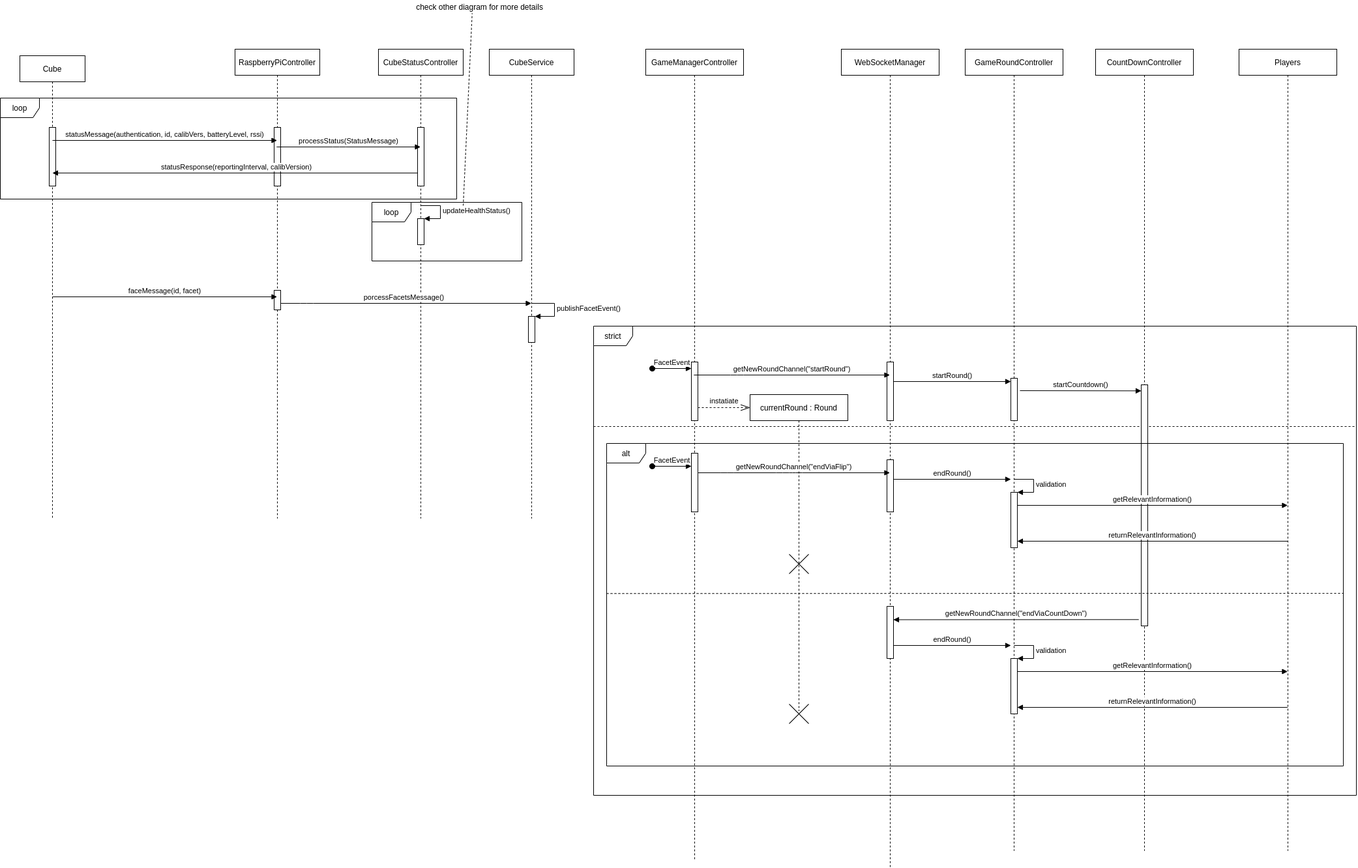
The draw.io diagram documents/software-concept/diagrams/Spielrunde.png in b-ertel/TimeGuess-Game, before a commit. Source tidied: cells renumbered, new cells last; positions are measured from the earlier drawing's top-left corner, leaving out a move shared by most shapes.
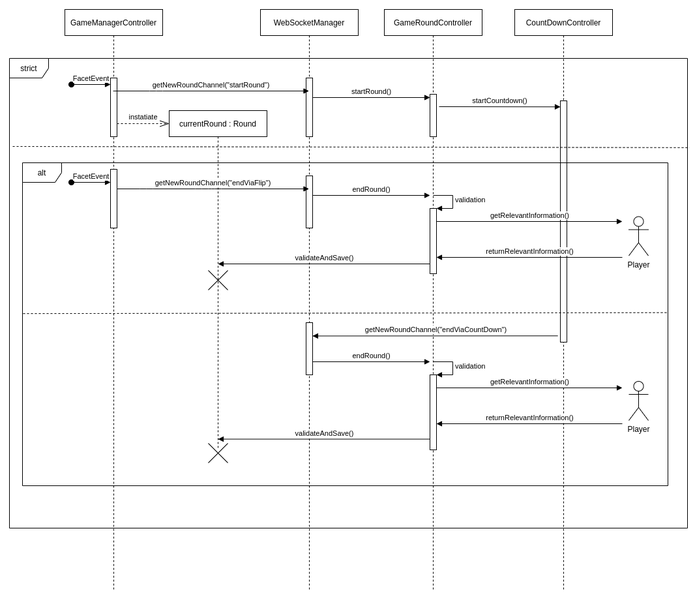
Later version of the same file.

Commit message:
combined cubeStatus and Spielrunde into CubeCommunication

Diff of the diagram source:
```diff
@@ -2,66 +2,15 @@
   <root>
     <mxCell id="0" />
     <mxCell id="1" parent="0" />
-    <mxCell id="2" value="Cube" style="shape=umlLifeline;perimeter=lifelinePerimeter;whiteSpace=wrap;html=1;" parent="1" vertex="1">
-      <mxGeometry x="30" y="85" width="100" height="710" as="geometry" />
-    </mxCell>
-    <mxCell id="3" value="RaspberryPiController" style="shape=umlLifeline;perimeter=lifelinePerimeter;whiteSpace=wrap;html=1;outlineConnect=0;" parent="1" vertex="1">
-      <mxGeometry x="360" y="75" width="130" height="720" as="geometry" />
-    </mxCell>
-    <mxCell id="4" value="CubeStatusController" style="shape=umlLifeline;perimeter=lifelinePerimeter;whiteSpace=wrap;html=1;outlineConnect=0;" parent="1" vertex="1">
-      <mxGeometry x="580" y="75" width="130" height="720" as="geometry" />
-    </mxCell>
-    <mxCell id="5" style="html=1;points=[];perimeter=orthogonalPerimeter;" parent="1" vertex="1">
-      <mxGeometry x="640" y="335" width="10" height="40" as="geometry" />
-    </mxCell>
-    <mxCell id="6" value="updateHealthStatus()" style="edgeStyle=orthogonalEdgeStyle;html=1;align=left;spacingLeft=2;endArrow=block;rounded=0;entryX=1;entryY=0;" parent="1" edge="1" target="5">
-      <mxGeometry relative="1" as="geometry">
-        <mxPoint x="645" y="315" as="sourcePoint" />
-        <Array as="points">
-          <mxPoint x="675" y="315" />
-        </Array>
-      </mxGeometry>
-    </mxCell>
-    <mxCell id="7" value="CubeService" style="shape=umlLifeline;perimeter=lifelinePerimeter;whiteSpace=wrap;html=1;outlineConnect=0;" parent="1" vertex="1">
-      <mxGeometry x="750" y="75" width="130" height="720" as="geometry" />
-    </mxCell>
-    <mxCell id="8" value="porcessFacetsMessage()" style="html=1;verticalAlign=bottom;endArrow=block;" parent="1" edge="1" source="3" target="7">
-      <mxGeometry relative="1" as="geometry">
-        <Array as="points">
-          <mxPoint x="470" y="465" />
-        </Array>
-      </mxGeometry>
-    </mxCell>
     <mxCell id="9" value="GameManagerController" style="shape=umlLifeline;perimeter=lifelinePerimeter;whiteSpace=wrap;html=1;outlineConnect=0;" parent="1" vertex="1">
-      <mxGeometry x="990" y="75" width="150" height="1245" as="geometry" />
+      <mxGeometry x="990" y="450" width="150" height="890" as="geometry" />
     </mxCell>
     <mxCell id="10" value="WebSocketManager" style="shape=umlLifeline;perimeter=lifelinePerimeter;whiteSpace=wrap;html=1;outlineConnect=0;" parent="1" vertex="1">
-      <mxGeometry x="1290" y="75" width="150" height="1255" as="geometry" />
+      <mxGeometry x="1290" y="450" width="150" height="890" as="geometry" />
     </mxCell>
-    <mxCell id="11" style="html=1;points=[];perimeter=orthogonalPerimeter;" parent="1" vertex="1">
-      <mxGeometry x="810" y="485" width="10" height="40" as="geometry" />
-    </mxCell>
-    <mxCell id="12" value="publishFacetEvent()" style="edgeStyle=orthogonalEdgeStyle;html=1;align=left;spacingLeft=2;endArrow=block;rounded=0;entryX=1;entryY=0;" parent="1" edge="1" target="11">
-      <mxGeometry relative="1" as="geometry">
-        <mxPoint x="815" y="465" as="sourcePoint" />
-        <Array as="points">
-          <mxPoint x="850" y="465" />
-          <mxPoint x="850" y="485" />
-        </Array>
-      </mxGeometry>
-    </mxCell>
     <mxCell id="13" value="GameRoundController" style="shape=umlLifeline;perimeter=lifelinePerimeter;whiteSpace=wrap;html=1;" parent="1" vertex="1">
-      <mxGeometry x="1480" y="75" width="150" height="1230" as="geometry" />
+      <mxGeometry x="1480" y="450" width="150" height="890" as="geometry" />
     </mxCell>
-    <mxCell id="14" style="endArrow=none;dashed=1;html=1;entryX=0.494;entryY=1.25;entryDx=0;entryDy=0;entryPerimeter=0;" parent="1" edge="1">
-      <mxGeometry relative="1" as="geometry">
-        <mxPoint x="710" y="315" as="sourcePoint" />
-        <mxPoint x="723.7" y="20" as="targetPoint" />
-      </mxGeometry>
-    </mxCell>
-    <mxCell id="15" value="check other diagram for more details" style="text;html=1;align=center;verticalAlign=middle;strokeColor=none;" parent="1" vertex="1">
-      <mxGeometry x="630" width="210" height="20" as="geometry" />
-    </mxCell>
     <mxCell id="16" value="instatiate" style="endArrow=openThin;dashed=1;endFill=0;endSize=12;html=1;" parent="1" edge="1">
       <mxGeometry y="10" relative="1" as="geometry">
         <mxPoint x="1070" y="625" as="sourcePoint" />
@@ -69,7 +18,7 @@
       </mxGeometry>
     </mxCell>
     <mxCell id="17" value="currentRound : Round" style="shape=umlLifeline;perimeter=lifelinePerimeter;whiteSpace=wrap;html=1;" parent="1" vertex="1">
-      <mxGeometry x="1150" y="605" width="150" height="485" as="geometry" />
+      <mxGeometry x="1150" y="605" width="150" height="520" as="geometry" />
     </mxCell>
     <mxCell id="18" style="shape=umlDestroy;" parent="1" vertex="1">
       <mxGeometry x="1210" y="850" width="30" height="30" as="geometry" />
@@ -81,7 +30,7 @@
       </mxGeometry>
     </mxCell>
     <mxCell id="20" value="strict" style="shape=umlFrame;whiteSpace=wrap;html=1;" parent="1" vertex="1">
-      <mxGeometry x="910" y="500" width="1170" height="720" as="geometry" />
+      <mxGeometry x="905" y="525" width="1040" height="720" as="geometry" />
     </mxCell>
     <mxCell id="21" value="FacetEvent" style="html=1;verticalAlign=bottom;startArrow=oval;startFill=1;endArrow=block;startSize=8;" parent="1" edge="1">
       <mxGeometry relative="1" as="geometry">
@@ -102,7 +51,7 @@
       </mxGeometry>
     </mxCell>
     <mxCell id="24" style="html=1;points=[];perimeter=orthogonalPerimeter;" parent="1" vertex="1">
-      <mxGeometry x="1550" y="755" width="10" height="85" as="geometry" />
+      <mxGeometry x="1550" y="755" width="10" height="100" as="geometry" />
     </mxCell>
     <mxCell id="25" value="validation" style="edgeStyle=orthogonalEdgeStyle;html=1;align=left;spacingLeft=2;endArrow=block;rounded=0;entryX=1;entryY=0;" parent="1" edge="1" target="24">
       <mxGeometry relative="1" as="geometry">
@@ -112,47 +61,6 @@
         </Array>
       </mxGeometry>
     </mxCell>
-    <mxCell id="26" style="endArrow=none;dashed=1;html=1;" parent="1" edge="1">
-      <mxGeometry relative="1" as="geometry">
-        <mxPoint x="910" y="654" as="sourcePoint" />
-        <mxPoint x="2080" y="654" as="targetPoint" />
-      </mxGeometry>
-    </mxCell>
-    <mxCell id="27" style="html=1;perimeter=orthogonalPerimeter;" parent="1" vertex="1">
-      <mxGeometry x="75" y="195" width="10" height="90" as="geometry" />
-    </mxCell>
-    <mxCell id="28" style="html=1;perimeter=orthogonalPerimeter;" parent="1" vertex="1">
-      <mxGeometry x="420" y="195" width="10" height="90" as="geometry" />
-    </mxCell>
-    <mxCell id="29" value="statusMessage(authentication, id, calibVers, batteryLevel, rssi)" style="html=1;verticalAlign=bottom;endArrow=block;" parent="1" edge="1" target="3">
-      <mxGeometry relative="1" as="geometry">
-        <mxPoint x="80" y="215" as="sourcePoint" />
-      </mxGeometry>
-    </mxCell>
-    <mxCell id="30" value="statusResponse(reportingInterval, calibVersion)" style="html=1;verticalAlign=bottom;endArrow=none;startArrow=block;startFill=1;endFill=0;" parent="1" edge="1" target="4">
-      <mxGeometry relative="1" as="geometry">
-        <mxPoint x="80" y="265" as="sourcePoint" />
-      </mxGeometry>
-    </mxCell>
-    <mxCell id="31" style="html=1;perimeter=orthogonalPerimeter;" parent="1" vertex="1">
-      <mxGeometry x="640" y="195" width="10" height="90" as="geometry" />
-    </mxCell>
-    <mxCell id="32" value="processStatus(StatusMessage)" style="html=1;verticalAlign=bottom;endArrow=block;" parent="1" edge="1" source="3" target="4">
-      <mxGeometry relative="1" as="geometry">
-        <Array as="points">
-          <mxPoint x="520" y="225" />
-        </Array>
-      </mxGeometry>
-    </mxCell>
-    <mxCell id="33" style="html=1;perimeter=orthogonalPerimeter;" parent="1" vertex="1">
-      <mxGeometry x="420" y="445" width="10" height="30" as="geometry" />
-    </mxCell>
-    <mxCell id="34" value="faceMessage(id, facet)" style="html=1;verticalAlign=bottom;endArrow=block;" parent="1" edge="1">
-      <mxGeometry relative="1" as="geometry">
-        <mxPoint x="80" y="455" as="sourcePoint" />
-        <mxPoint x="424.5" y="455" as="targetPoint" />
-      </mxGeometry>
-    </mxCell>
     <mxCell id="35" style="html=1;perimeter=orthogonalPerimeter;" parent="1" vertex="1">
       <mxGeometry x="1060" y="555" width="10" height="90" as="geometry" />
     </mxCell>
@@ -184,11 +92,8 @@
       </mxGeometry>
     </mxCell>
     <mxCell id="41" value="CountDownController" style="shape=umlLifeline;perimeter=lifelinePerimeter;whiteSpace=wrap;html=1;" parent="1" vertex="1">
-      <mxGeometry x="1680" y="75" width="150" height="1230" as="geometry" />
+      <mxGeometry x="1680" y="450" width="150" height="890" as="geometry" />
     </mxCell>
-    <mxCell id="42" value="Players" style="shape=umlLifeline;perimeter=lifelinePerimeter;whiteSpace=wrap;html=1;outlineConnect=0;" parent="1" vertex="1">
-      <mxGeometry x="1900" y="75" width="150" height="1230" as="geometry" />
-    </mxCell>
     <mxCell id="43" style="html=1;perimeter=orthogonalPerimeter;" parent="1" vertex="1">
       <mxGeometry x="1550" y="580" width="10" height="65" as="geometry" />
     </mxCell>
@@ -201,19 +106,20 @@
     <mxCell id="45" style="html=1;perimeter=orthogonalPerimeter;" parent="1" vertex="1">
       <mxGeometry x="1750" y="590" width="10" height="370" as="geometry" />
     </mxCell>
-    <mxCell id="46" value="getRelevantInformation()" style="html=1;verticalAlign=bottom;endArrow=block;" parent="1" edge="1" target="42">
+    <mxCell id="46" value="getRelevantInformation()" style="html=1;verticalAlign=bottom;endArrow=block;" parent="1" edge="1">
       <mxGeometry relative="1" as="geometry">
         <mxPoint x="1560" y="775" as="sourcePoint" />
+        <mxPoint x="1845" y="775" as="targetPoint" />
       </mxGeometry>
     </mxCell>
     <mxCell id="47" value="returnRelevantInformation()" style="html=1;verticalAlign=bottom;endArrow=none;startArrow=block;startFill=1;endFill=0;" parent="1" edge="1">
       <mxGeometry relative="1" as="geometry">
         <mxPoint x="1560" y="830" as="sourcePoint" />
-        <mxPoint x="1974.5" y="830" as="targetPoint" />
+        <mxPoint x="1845" y="830" as="targetPoint" />
       </mxGeometry>
     </mxCell>
     <mxCell id="48" style="html=1;points=[];perimeter=orthogonalPerimeter;" parent="1" vertex="1">
-      <mxGeometry x="1550" y="1010" width="10" height="85" as="geometry" />
+      <mxGeometry x="1550" y="1010" width="10" height="115" as="geometry" />
     </mxCell>
     <mxCell id="49" value="validation" style="edgeStyle=orthogonalEdgeStyle;html=1;align=left;spacingLeft=2;endArrow=block;rounded=0;entryX=1;entryY=0;" parent="1" edge="1" target="48">
       <mxGeometry relative="1" as="geometry">
@@ -226,17 +132,17 @@
     <mxCell id="50" value="getRelevantInformation()" style="html=1;verticalAlign=bottom;endArrow=block;" parent="1" edge="1">
       <mxGeometry relative="1" as="geometry">
         <mxPoint x="1560" y="1030" as="sourcePoint" />
-        <mxPoint x="1974.5" y="1030" as="targetPoint" />
+        <mxPoint x="1845" y="1030" as="targetPoint" />
       </mxGeometry>
     </mxCell>
     <mxCell id="51" value="returnRelevantInformation()" style="html=1;verticalAlign=bottom;endArrow=none;startArrow=block;startFill=1;endFill=0;" parent="1" edge="1">
       <mxGeometry relative="1" as="geometry">
         <mxPoint x="1560" y="1085" as="sourcePoint" />
-        <mxPoint x="1974.5" y="1085" as="targetPoint" />
+        <mxPoint x="1845" y="1085" as="targetPoint" />
       </mxGeometry>
     </mxCell>
     <mxCell id="52" style="shape=umlDestroy;" parent="1" vertex="1">
-      <mxGeometry x="1210" y="1080" width="30" height="30" as="geometry" />
+      <mxGeometry x="1210" y="1115" width="30" height="30" as="geometry" />
     </mxCell>
     <mxCell id="53" value="getNewRoundChannel(&quot;endViaCountDown&quot;)" style="html=1;verticalAlign=bottom;endArrow=none;startArrow=block;startFill=1;endFill=0;exitX=0.533;exitY=0.703;exitDx=0;exitDy=0;exitPerimeter=0;" parent="1" edge="1">
       <mxGeometry relative="1" as="geometry">
@@ -254,19 +160,33 @@
       </mxGeometry>
     </mxCell>
     <mxCell id="56" value="alt" style="shape=umlFrame;whiteSpace=wrap;html=1;" parent="1" vertex="1">
-      <mxGeometry x="930" y="680" width="1130" height="495" as="geometry" />
+      <mxGeometry x="925" y="685" width="990" height="495" as="geometry" />
     </mxCell>
-    <mxCell id="57" style="endArrow=none;dashed=1;html=1;" parent="1" edge="1">
-      <mxGeometry relative="1" as="geometry">
-        <mxPoint x="930" y="910.3" as="sourcePoint" />
-        <mxPoint x="2060" y="910" as="targetPoint" />
-      </mxGeometry>
+    <mxCell id="57" style="endArrow=none;dashed=1;html=1;entryX=1.001;entryY=0.464;entryDx=0;entryDy=0;entryPerimeter=0;exitX=0.001;exitY=0.467;exitDx=0;exitDy=0;exitPerimeter=0;" parent="1" edge="1" source="56" target="56">
+      <mxGeometry relative="1" as="geometry" />
     </mxCell>
-    <mxCell id="58" value="loop" style="shape=umlFrame;whiteSpace=wrap;html=1;" parent="1" vertex="1">
-      <mxGeometry y="150" width="700" height="155" as="geometry" />
-    </mxCell>
-    <mxCell id="59" value="loop" style="shape=umlFrame;whiteSpace=wrap;html=1;" parent="1" vertex="1">
-      <mxGeometry x="570" y="310" width="230" height="90" as="geometry" />
-    </mxCell>
+    <mxCell id="26" style="endArrow=none;dashed=1;html=1;entryX=1.003;entryY=0.19;entryDx=0;entryDy=0;entryPerimeter=0;" parent="1" edge="1" target="20">
+      <mxGeometry relative="1" as="geometry">
+        <mxPoint x="910" y="660" as="sourcePoint" />
+      </mxGeometry>
+    </mxCell>
+    <mxCell id="60" value="Player" style="shape=umlActor;verticalLabelPosition=bottom;verticalAlign=top;html=1;" parent="1" vertex="1">
+      <mxGeometry x="1855" y="767.5" width="30" height="60" as="geometry" />
+    </mxCell>
+    <mxCell id="61" value="Player" style="shape=umlActor;verticalLabelPosition=bottom;verticalAlign=top;html=1;" parent="1" vertex="1">
+      <mxGeometry x="1855" y="1020" width="30" height="60" as="geometry" />
+    </mxCell>
+    <mxCell id="62" value="validateAndSave()" style="html=1;verticalAlign=bottom;endArrow=none;startArrow=block;startFill=1;endFill=0;" parent="1" edge="1">
+      <mxGeometry relative="1" as="geometry">
+        <mxPoint x="1225" y="840" as="sourcePoint" />
+        <mxPoint x="1550" y="840" as="targetPoint" />
+      </mxGeometry>
+    </mxCell>
+    <mxCell id="63" value="validateAndSave()" style="html=1;verticalAlign=bottom;endArrow=none;startArrow=block;startFill=1;endFill=0;" parent="1" edge="1">
+      <mxGeometry relative="1" as="geometry">
+        <mxPoint x="1225" y="1108.6" as="sourcePoint" />
+        <mxPoint x="1550" y="1108.6" as="targetPoint" />
+      </mxGeometry>
+    </mxCell>
   </root>
 </mxGraphModel>
```
